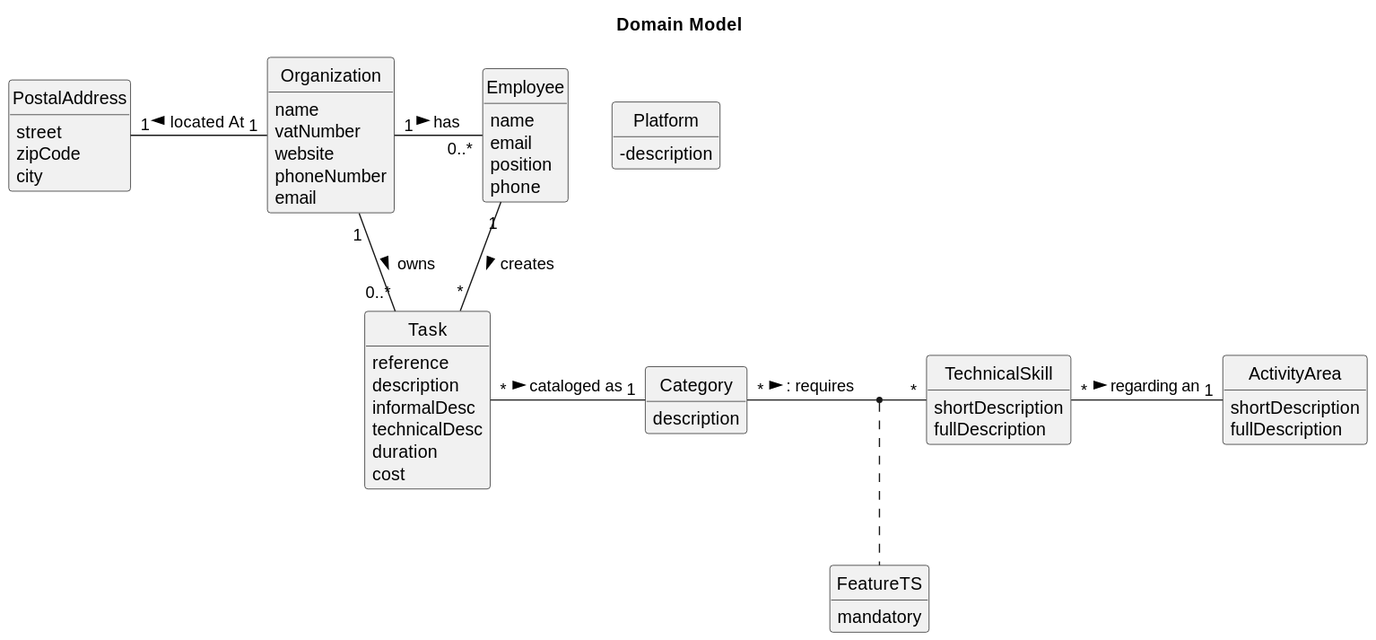
This is docs/sprintA/global-artifacts/02.analysis/svg/project-domain-model.svg from ricardomm7/leaflink, a PlantUML export, as it was before one commit.
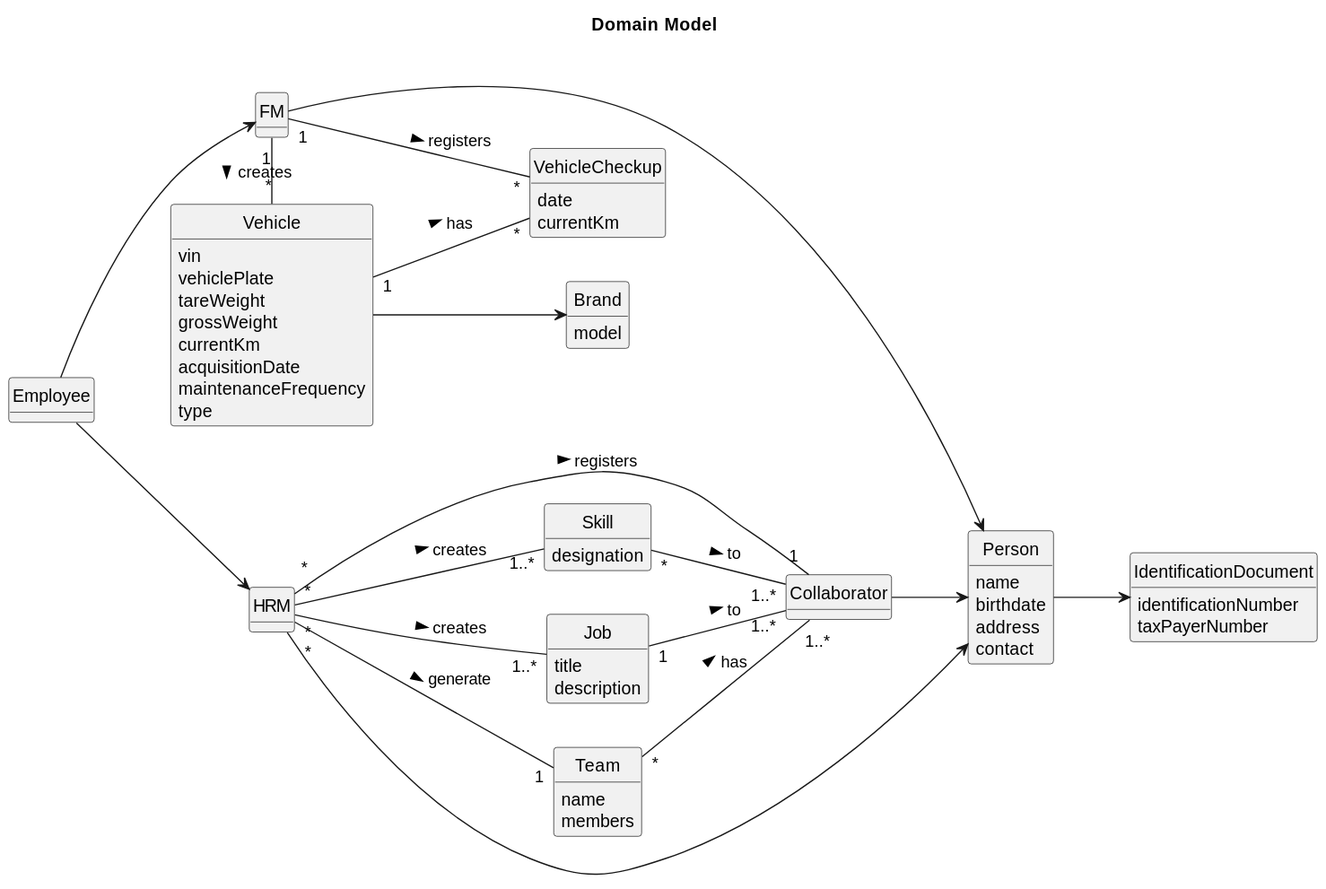
Above is the later version.

Change to the diagram source:
```diff
@@ -5,68 +5,94 @@
 skinparam classAttributeIconSize 0
 hide circle
 hide methods
+left to right direction
 
 title Domain Model
 
-class Platform {
-  -description
+class Employee{
 }
 
-class Organization {
-    name
-    vatNumber
-    website
-    phoneNumber
-    email
+class HRM {
 }
 
-class Task {
-    reference
-    description
-    informalDesc
-    technicalDesc
-    duration
-    cost
+class FM{
 }
 
-class Category {
+class Skill {
+    designation
+}
+
+class Job {
+    title
     description
 }
 
-class Employee {
-    name
-    email
-    position
-    phone
+class Collaborator {
 }
 
-class TechnicalSkill{
-    shortDescription
-    fullDescription
+class IdentificationDocument{
+    identificationNumber
+    taxPayerNumber
 }
 
-class ActivityArea{
-    shortDescription
-    fullDescription
+
+class Team {
+    name
+    members
 }
 
-class FeatureTS{
-    mandatory
+class Vehicle {
+    vin
+    vehiclePlate
+    tareWeight
+    grossWeight
+    currentKm
+    acquisitionDate
+    maintenanceFrequency
+    type
 }
 
-class PostalAddress{
-    street
-    zipCode
-    city
+class Brand{
+    model
 }
-Organization "1" - "0..*" Employee : has >
-Organization "1" - "0..*" Task: owns >
-Employee "1" -- "*" Task : creates >
-Task "*" - "1" Category: cataloged as >
-TechnicalSkill "*" - "1" ActivityArea: regarding an >
 
-Category "*" - "*" TechnicalSkill :  : requires >
-(Category, TechnicalSkill) . FeatureTS
+class VehicleCheckup{
+    date
+    currentKm
+}
 
-Organization "1" -left "1" PostalAddress : located At >
+class Person {
+    name
+    birthdate
+    address
+    contact
+}
+
+Vehicle --> Brand
+
+Employee --> HRM
+Employee --> FM
+
+HRM "*" -- "1..*" Skill : creates >
+
+HRM "*" -- "1..*" Job : creates >
+
+Collaborator  -->  Person
+Person  -->  IdentificationDocument
+HRM "*" -- "1" Collaborator : registers >
+Job "1" -- "1..*" Collaborator : to >
+
+Skill "*" -- "1..*" Collaborator : to >
+
+HRM "*" -- "1" Team: generate   >
+HRM  -->  Person
+Team "*" -- "1..*" Collaborator : has >
+
+FM "1" - "*" Vehicle : creates  >
+
+FM "1" - "*" VehicleCheckup : registers >
+
+Vehicle "1" -- "*" VehicleCheckup : has >
+
+FM  -->  Person
 @enduml
```
